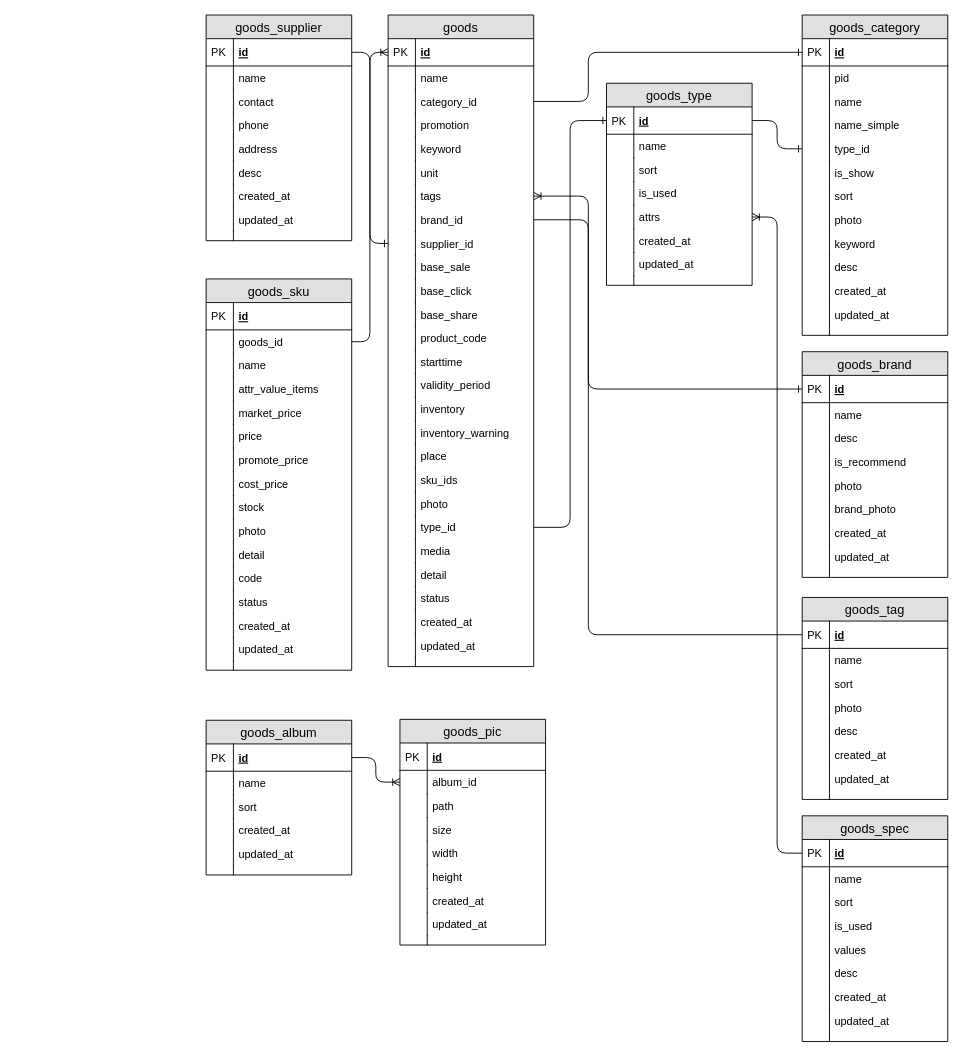
The draw.io diagram 个人开源电商/littlemall_serivce_sql.drawio in wurh/myDesignDoc, before the edit. Source tidied: cells renumbered, new cells numbered last; positions are measured from the earlier drawing's top-left corner, leaving out a move shared by most shapes. Both pictures are drawn from the tidied source at 91%, with x=0, y=0 at pixel (206, 15).
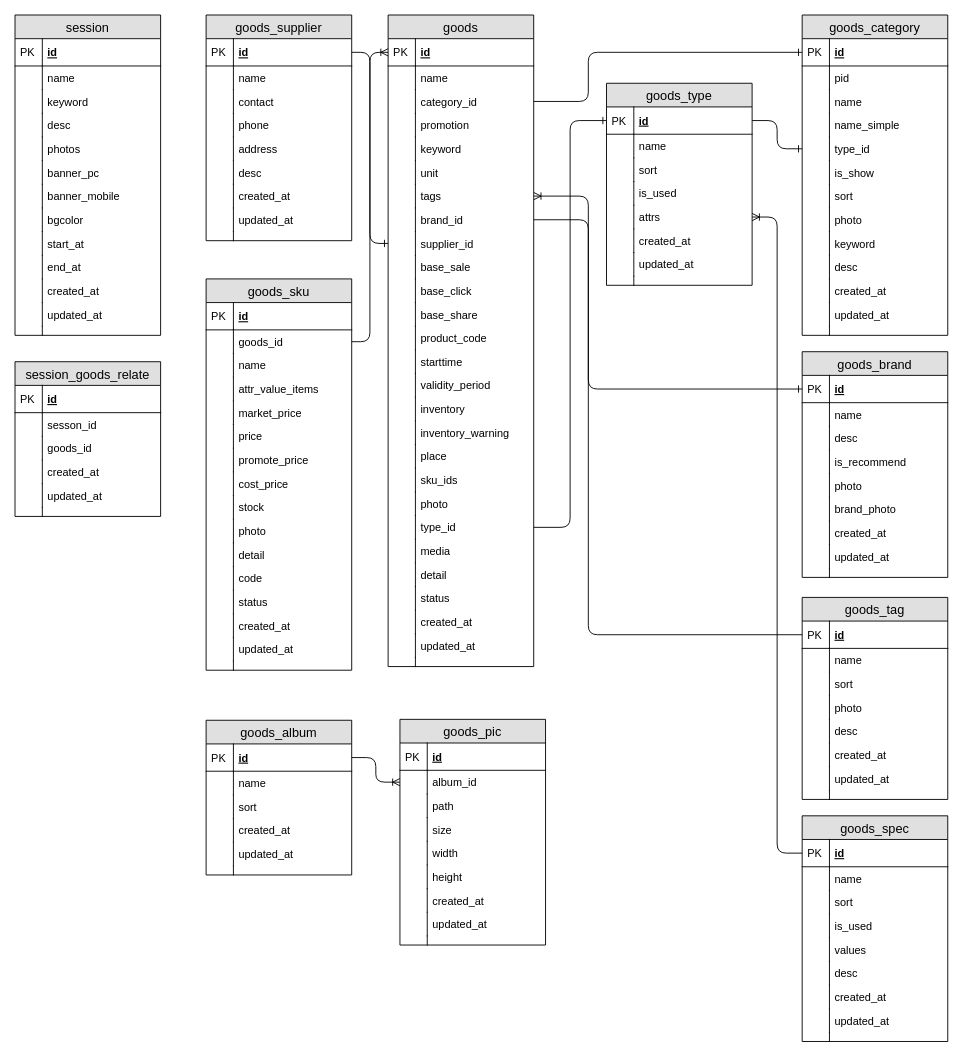
The same page after the edit.

Change to the diagram source:
```diff
@@
+    <mxCell id="249" value="session" style="swimlane;fontStyle=0;horizontal=1;startSize=26;fillColor=#e0e0e0;swimlaneFillColor=#ffffff;align=center;fontSize=14;" parent="1" vertex="1">
+      <mxGeometry x="-210" width="160" height="352" as="geometry" />
+    </mxCell>
+    <mxCell id="250" value="id" style="shape=partialRectangle;top=0;left=0;right=0;bottom=1;align=left;verticalAlign=middle;fillColor=none;spacingLeft=34;spacingRight=4;overflow=hidden;fontStyle=5;fontSize=12;" parent="249" vertex="1">
+      <mxGeometry y="26" width="160" height="30" as="geometry" />
+    </mxCell>
+    <mxCell id="251" value="PK" style="shape=partialRectangle;top=0;left=0;bottom=0;fillColor=none;align=left;verticalAlign=middle;spacingLeft=4;spacingRight=4;overflow=hidden;fontSize=12;" parent="250" vertex="1">
+      <mxGeometry width="30" height="30" as="geometry" />
+    </mxCell>
+    <mxCell id="252" value="name" style="shape=partialRectangle;top=0;left=0;right=0;bottom=0;align=left;verticalAlign=top;fillColor=none;spacingLeft=34;spacingRight=4;overflow=hidden;fontSize=12;" parent="249" vertex="1">
+      <mxGeometry y="56" width="160" height="26" as="geometry" />
+    </mxCell>
+    <mxCell id="253" style="shape=partialRectangle;top=0;left=0;bottom=0;fillColor=none;align=left;verticalAlign=top;spacingLeft=4;spacingRight=4;overflow=hidden;fontSize=12;" parent="252" vertex="1">
+      <mxGeometry width="30" height="26" as="geometry" />
+    </mxCell>
+    <mxCell id="254" value="keyword" style="shape=partialRectangle;top=0;left=0;right=0;bottom=0;align=left;verticalAlign=top;fillColor=none;spacingLeft=34;spacingRight=4;overflow=hidden;fontSize=12;" parent="249" vertex="1">
+      <mxGeometry y="82" width="160" height="26" as="geometry" />
+    </mxCell>
+    <mxCell id="255" style="shape=partialRectangle;top=0;left=0;bottom=0;fillColor=none;align=left;verticalAlign=top;spacingLeft=4;spacingRight=4;overflow=hidden;fontSize=12;" parent="254" vertex="1">
+      <mxGeometry width="30" height="26" as="geometry" />
+    </mxCell>
+    <mxCell id="256" value="desc" style="shape=partialRectangle;top=0;left=0;right=0;bottom=0;align=left;verticalAlign=top;fillColor=none;spacingLeft=34;spacingRight=4;overflow=hidden;fontSize=12;" parent="249" vertex="1">
+      <mxGeometry y="108" width="160" height="26" as="geometry" />
+    </mxCell>
+    <mxCell id="257" style="shape=partialRectangle;top=0;left=0;bottom=0;fillColor=none;align=left;verticalAlign=top;spacingLeft=4;spacingRight=4;overflow=hidden;fontSize=12;" parent="256" vertex="1">
+      <mxGeometry width="30" height="26" as="geometry" />
+    </mxCell>
+    <mxCell id="258" value="photos" style="shape=partialRectangle;top=0;left=0;right=0;bottom=0;align=left;verticalAlign=top;fillColor=none;spacingLeft=34;spacingRight=4;overflow=hidden;fontSize=12;" parent="249" vertex="1">
+      <mxGeometry y="134" width="160" height="26" as="geometry" />
+    </mxCell>
+    <mxCell id="259" style="shape=partialRectangle;top=0;left=0;bottom=0;fillColor=none;align=left;verticalAlign=top;spacingLeft=4;spacingRight=4;overflow=hidden;fontSize=12;" parent="258" vertex="1">
+      <mxGeometry width="30" height="26" as="geometry" />
+    </mxCell>
+    <mxCell id="260" value="banner_pc" style="shape=partialRectangle;top=0;left=0;right=0;bottom=0;align=left;verticalAlign=top;fillColor=none;spacingLeft=34;spacingRight=4;overflow=hidden;fontSize=12;" parent="249" vertex="1">
+      <mxGeometry y="160" width="160" height="26" as="geometry" />
+    </mxCell>
+    <mxCell id="261" style="shape=partialRectangle;top=0;left=0;bottom=0;fillColor=none;align=left;verticalAlign=top;spacingLeft=4;spacingRight=4;overflow=hidden;fontSize=12;" parent="260" vertex="1">
+      <mxGeometry width="30" height="26" as="geometry" />
+    </mxCell>
+    <mxCell id="262" value="banner_mobile" style="shape=partialRectangle;top=0;left=0;right=0;bottom=0;align=left;verticalAlign=top;fillColor=none;spacingLeft=34;spacingRight=4;overflow=hidden;fontSize=12;" parent="249" vertex="1">
+      <mxGeometry y="186" width="160" height="26" as="geometry" />
+    </mxCell>
+    <mxCell id="263" style="shape=partialRectangle;top=0;left=0;bottom=0;fillColor=none;align=left;verticalAlign=top;spacingLeft=4;spacingRight=4;overflow=hidden;fontSize=12;" parent="262" vertex="1">
+      <mxGeometry width="30" height="26" as="geometry" />
+    </mxCell>
+    <mxCell id="264" value="bgcolor" style="shape=partialRectangle;top=0;left=0;right=0;bottom=0;align=left;verticalAlign=top;fillColor=none;spacingLeft=34;spacingRight=4;overflow=hidden;fontSize=12;" parent="249" vertex="1">
+      <mxGeometry y="212" width="160" height="26" as="geometry" />
+    </mxCell>
+    <mxCell id="265" style="shape=partialRectangle;top=0;left=0;bottom=0;fillColor=none;align=left;verticalAlign=top;spacingLeft=4;spacingRight=4;overflow=hidden;fontSize=12;" parent="264" vertex="1">
+      <mxGeometry width="30" height="26" as="geometry" />
+    </mxCell>
+    <mxCell id="266" value="start_at" style="shape=partialRectangle;top=0;left=0;right=0;bottom=0;align=left;verticalAlign=top;fillColor=none;spacingLeft=34;spacingRight=4;overflow=hidden;fontSize=12;" parent="249" vertex="1">
+      <mxGeometry y="238" width="160" height="26" as="geometry" />
+    </mxCell>
+    <mxCell id="267" style="shape=partialRectangle;top=0;left=0;bottom=0;fillColor=none;align=left;verticalAlign=top;spacingLeft=4;spacingRight=4;overflow=hidden;fontSize=12;" parent="266" vertex="1">
+      <mxGeometry width="30" height="26" as="geometry" />
+    </mxCell>
+    <mxCell id="268" value="end_at" style="shape=partialRectangle;top=0;left=0;right=0;bottom=0;align=left;verticalAlign=top;fillColor=none;spacingLeft=34;spacingRight=4;overflow=hidden;fontSize=12;" parent="249" vertex="1">
+      <mxGeometry y="264" width="160" height="26" as="geometry" />
+    </mxCell>
+    <mxCell id="269" style="shape=partialRectangle;top=0;left=0;bottom=0;fillColor=none;align=left;verticalAlign=top;spacingLeft=4;spacingRight=4;overflow=hidden;fontSize=12;" parent="268" vertex="1">
+      <mxGeometry width="30" height="26" as="geometry" />
+    </mxCell>
+    <mxCell id="270" value="created_at" style="shape=partialRectangle;top=0;left=0;right=0;bottom=0;align=left;verticalAlign=top;fillColor=none;spacingLeft=34;spacingRight=4;overflow=hidden;fontSize=12;" parent="249" vertex="1">
+      <mxGeometry y="290" width="160" height="26" as="geometry" />
+    </mxCell>
+    <mxCell id="271" style="shape=partialRectangle;top=0;left=0;bottom=0;fillColor=none;align=left;verticalAlign=top;spacingLeft=4;spacingRight=4;overflow=hidden;fontSize=12;" parent="270" vertex="1">
+      <mxGeometry width="30" height="26" as="geometry" />
+    </mxCell>
+    <mxCell id="272" value="updated_at" style="shape=partialRectangle;top=0;left=0;right=0;bottom=0;align=left;verticalAlign=top;fillColor=none;spacingLeft=34;spacingRight=4;overflow=hidden;fontSize=12;" parent="249" vertex="1">
+      <mxGeometry y="316" width="160" height="26" as="geometry" />
+    </mxCell>
+    <mxCell id="273" style="shape=partialRectangle;top=0;left=0;bottom=0;fillColor=none;align=left;verticalAlign=top;spacingLeft=4;spacingRight=4;overflow=hidden;fontSize=12;" parent="272" vertex="1">
+      <mxGeometry width="30" height="26" as="geometry" />
+    </mxCell>
+    <mxCell id="274" style="shape=partialRectangle;top=0;left=0;right=0;bottom=0;align=left;verticalAlign=top;fillColor=none;spacingLeft=34;spacingRight=4;overflow=hidden;fontSize=12;" parent="249" vertex="1">
+      <mxGeometry y="342" width="160" height="10" as="geometry" />
+    </mxCell>
+    <mxCell id="275" style="shape=partialRectangle;top=0;left=0;bottom=0;fillColor=none;align=left;verticalAlign=top;spacingLeft=4;spacingRight=4;overflow=hidden;fontSize=12;" parent="274" vertex="1">
+      <mxGeometry width="30" height="10" as="geometry" />
+    </mxCell>
+    <mxCell id="276" value="session_goods_relate" style="swimlane;fontStyle=0;horizontal=1;startSize=26;fillColor=#e0e0e0;swimlaneFillColor=#ffffff;align=center;fontSize=14;" parent="1" vertex="1">
+      <mxGeometry x="-210" y="381" width="160" height="170" as="geometry" />
+    </mxCell>
+    <mxCell id="277" value="id" style="shape=partialRectangle;top=0;left=0;right=0;bottom=1;align=left;verticalAlign=middle;fillColor=none;spacingLeft=34;spacingRight=4;overflow=hidden;fontStyle=5;fontSize=12;" parent="276" vertex="1">
+      <mxGeometry y="26" width="160" height="30" as="geometry" />
+    </mxCell>
+    <mxCell id="278" value="PK" style="shape=partialRectangle;top=0;left=0;bottom=0;fillColor=none;align=left;verticalAlign=middle;spacingLeft=4;spacingRight=4;overflow=hidden;fontSize=12;" parent="277" vertex="1">
+      <mxGeometry width="30" height="30" as="geometry" />
+    </mxCell>
+    <mxCell id="279" value="sesson_id" style="shape=partialRectangle;top=0;left=0;right=0;bottom=0;align=left;verticalAlign=top;fillColor=none;spacingLeft=34;spacingRight=4;overflow=hidden;fontSize=12;" parent="276" vertex="1">
+      <mxGeometry y="56" width="160" height="26" as="geometry" />
+    </mxCell>
+    <mxCell id="280" style="shape=partialRectangle;top=0;left=0;bottom=0;fillColor=none;align=left;verticalAlign=top;spacingLeft=4;spacingRight=4;overflow=hidden;fontSize=12;" parent="279" vertex="1">
+      <mxGeometry width="30" height="26" as="geometry" />
+    </mxCell>
+    <mxCell id="281" value="goods_id" style="shape=partialRectangle;top=0;left=0;right=0;bottom=0;align=left;verticalAlign=top;fillColor=none;spacingLeft=34;spacingRight=4;overflow=hidden;fontSize=12;" parent="276" vertex="1">
+      <mxGeometry y="82" width="160" height="26" as="geometry" />
+    </mxCell>
+    <mxCell id="282" style="shape=partialRectangle;top=0;left=0;bottom=0;fillColor=none;align=left;verticalAlign=top;spacingLeft=4;spacingRight=4;overflow=hidden;fontSize=12;" parent="281" vertex="1">
+      <mxGeometry width="30" height="26" as="geometry" />
+    </mxCell>
+    <mxCell id="283" value="created_at" style="shape=partialRectangle;top=0;left=0;right=0;bottom=0;align=left;verticalAlign=top;fillColor=none;spacingLeft=34;spacingRight=4;overflow=hidden;fontSize=12;" parent="276" vertex="1">
+      <mxGeometry y="108" width="160" height="26" as="geometry" />
+    </mxCell>
+    <mxCell id="284" style="shape=partialRectangle;top=0;left=0;bottom=0;fillColor=none;align=left;verticalAlign=top;spacingLeft=4;spacingRight=4;overflow=hidden;fontSize=12;" parent="283" vertex="1">
+      <mxGeometry width="30" height="26" as="geometry" />
+    </mxCell>
+    <mxCell id="285" value="updated_at" style="shape=partialRectangle;top=0;left=0;right=0;bottom=0;align=left;verticalAlign=top;fillColor=none;spacingLeft=34;spacingRight=4;overflow=hidden;fontSize=12;" parent="276" vertex="1">
+      <mxGeometry y="134" width="160" height="26" as="geometry" />
+    </mxCell>
+    <mxCell id="286" style="shape=partialRectangle;top=0;left=0;bottom=0;fillColor=none;align=left;verticalAlign=top;spacingLeft=4;spacingRight=4;overflow=hidden;fontSize=12;" parent="285" vertex="1">
+      <mxGeometry width="30" height="26" as="geometry" />
+    </mxCell>
+    <mxCell id="287" style="shape=partialRectangle;top=0;left=0;right=0;bottom=0;align=left;verticalAlign=top;fillColor=none;spacingLeft=34;spacingRight=4;overflow=hidden;fontSize=12;" parent="276" vertex="1">
+      <mxGeometry y="160" width="160" height="10" as="geometry" />
+    </mxCell>
+    <mxCell id="288" style="shape=partialRectangle;top=0;left=0;bottom=0;fillColor=none;align=left;verticalAlign=top;spacingLeft=4;spacingRight=4;overflow=hidden;fontSize=12;" parent="287" vertex="1">
+      <mxGeometry width="30" height="10" as="geometry" />
+    </mxCell>
```
